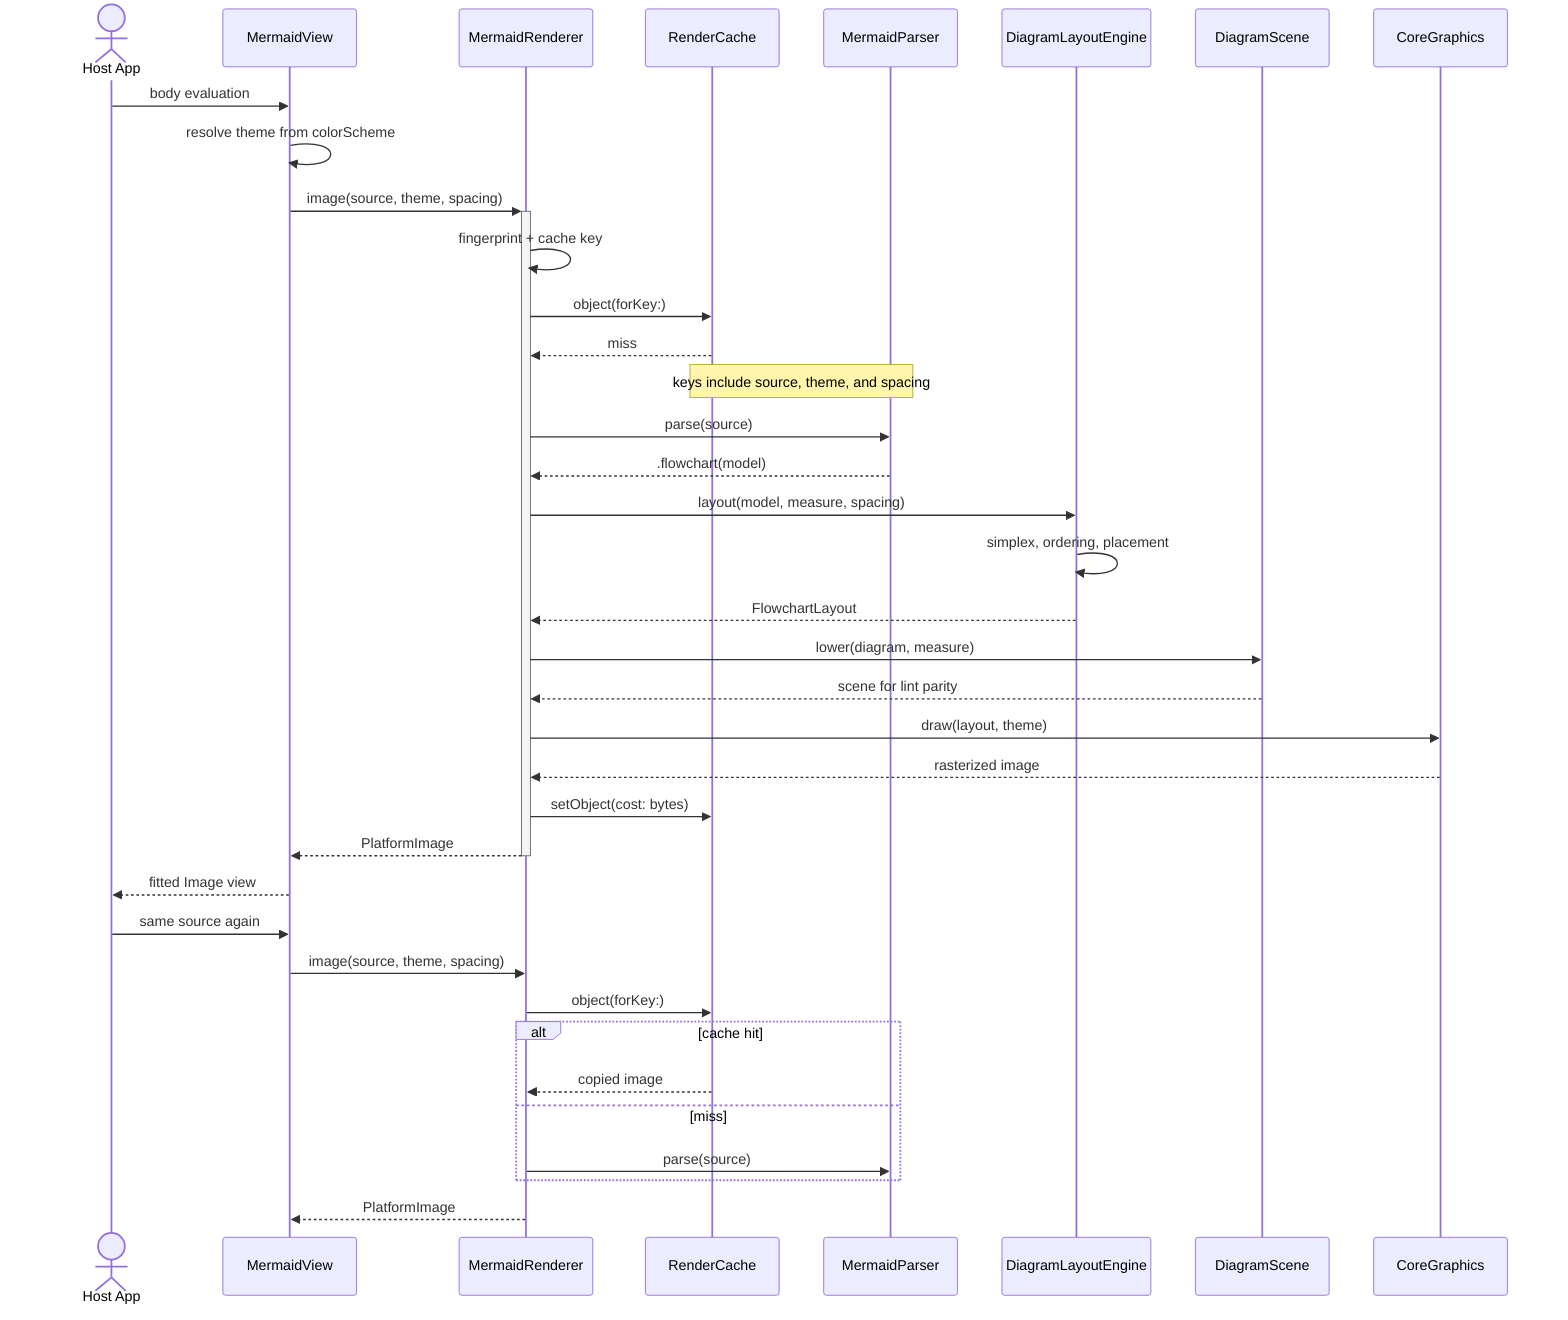
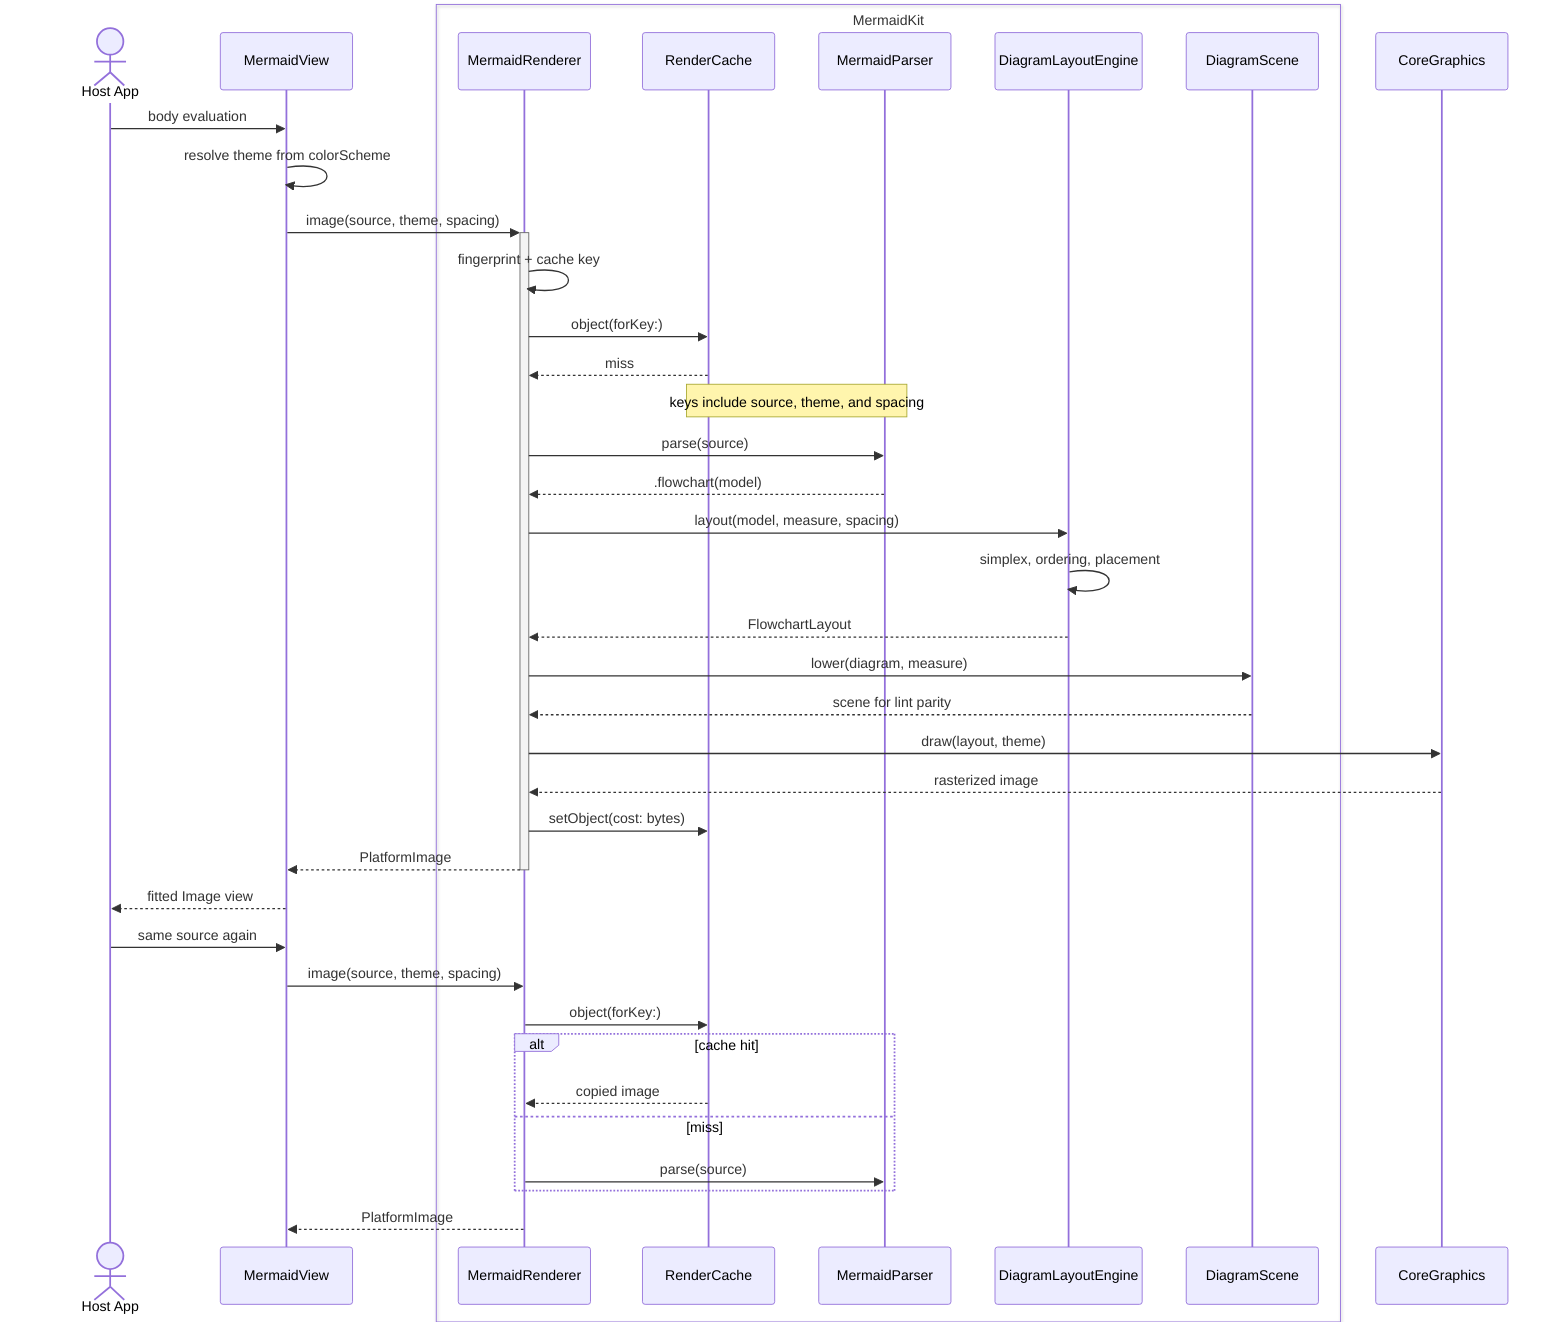
sequenceDiagram
    actor Host as Host App
    participant View as MermaidView
-     participant Rend as MermaidRenderer
-     participant Cache as RenderCache
-     participant Parse as MermaidParser
-     participant Lay as DiagramLayoutEngine
-     participant Scene as DiagramScene
+     box MermaidKit
+         participant Rend as MermaidRenderer
+         participant Cache as RenderCache
+         participant Parse as MermaidParser
+         participant Lay as DiagramLayoutEngine
+         participant Scene as DiagramScene
+     end
    participant CG as CoreGraphics
    Host->>View: body evaluation
    View->>View: resolve theme from colorScheme
    View->>+Rend: image(source, theme, spacing)
    Rend->>Rend: fingerprint + cache key
    Rend->>Cache: object(forKey:)
    Cache-->>Rend: miss
    Note over Cache,Parse: keys include source, theme, and spacing
    Rend->>Parse: parse(source)
    Parse-->>Rend: .flowchart(model)
    Rend->>Lay: layout(model, measure, spacing)
    Lay->>Lay: simplex, ordering, placement
    Lay-->>Rend: FlowchartLayout
    Rend->>Scene: lower(diagram, measure)
    Scene-->>Rend: scene for lint parity
    Rend->>CG: draw(layout, theme)
    CG-->>Rend: rasterized image
    Rend->>Cache: setObject(cost: bytes)
    Rend-->>-View: PlatformImage
    View-->>Host: fitted Image view
    Host->>View: same source again
    View->>Rend: image(source, theme, spacing)
    Rend->>Cache: object(forKey:)
    alt cache hit
        Cache-->>Rend: copied image
    else miss
        Rend->>Parse: parse(source)
    end
    Rend-->>View: PlatformImage
